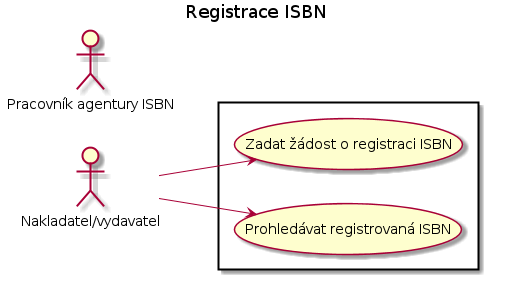
Before: docs/uc02.png, a diagram exported from PlantUML (edeposit/edeposit.policy).
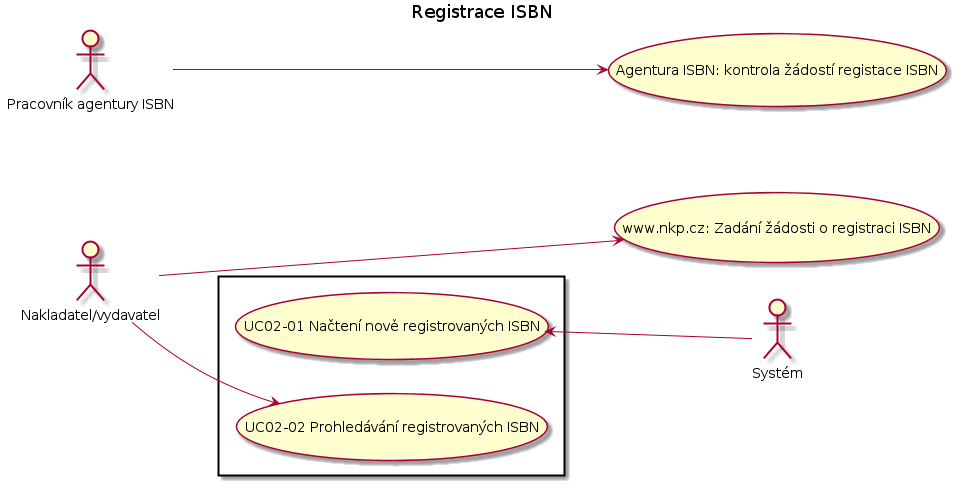
The same diagram one commit later.

Diff of the diagram source:
```diff
@@ -2,11 +2,18 @@
 left to right direction
 title Registrace ISBN
 skinparam packageStyle rect
+
+actor :Systém:
 actor :Nakladatel/vydavatel:
 actor :Pracovník agentury ISBN:
 
 rectangle  {
-	   :Nakladatel/vydavatel: --> (Zadat ?ádost o registraci ISBN)
-	   :Nakladatel/vydavatel: --> (Prohledávat registrovaná ISBN)
+
+	   :Systém: -left-> (UC02-01 Na?tení nov? registrovaných ISBN)
+	   :Nakladatel/vydavatel: --> (UC02-02 Prohledávání registrovaných ISBN)
 }
+
+:Pracovník agentury ISBN: ---> (Agentura ISBN: kontrola ?ádostí registace ISBN)
+:Nakladatel/vydavatel: ---> (www.nkp.cz: Zadání ?ádosti o registraci ISBN)
+
 @enduml
```
